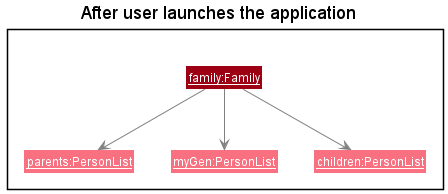
Earlier version of the PlantUML export docs/images/PersonStep1.png (nus-cs2113-AY2122S2/tp).
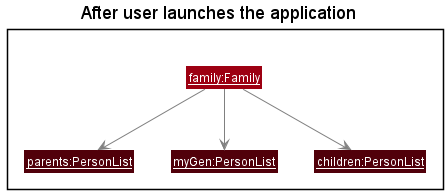
Later version of the same file.

The edit, as a diff of the source:
```diff
@@ -7,9 +7,9 @@
 
 package " " {
     class family as "__family:Family__" MODEL_COLOR
-    class parents as "__parents:PersonList__" MODEL_COLOR_T1
-    class myGen as "__myGen:PersonList__" MODEL_COLOR_T1
-    class children as "__children:PersonList__" MODEL_COLOR_T1
+    class parents as "__parents:PersonList__" MODEL_COLOR_T3
+    class myGen as "__myGen:PersonList__" MODEL_COLOR_T3
+    class children as "__children:PersonList__" MODEL_COLOR_T3
 }
 
 family -down[#grey]-> parents
```
